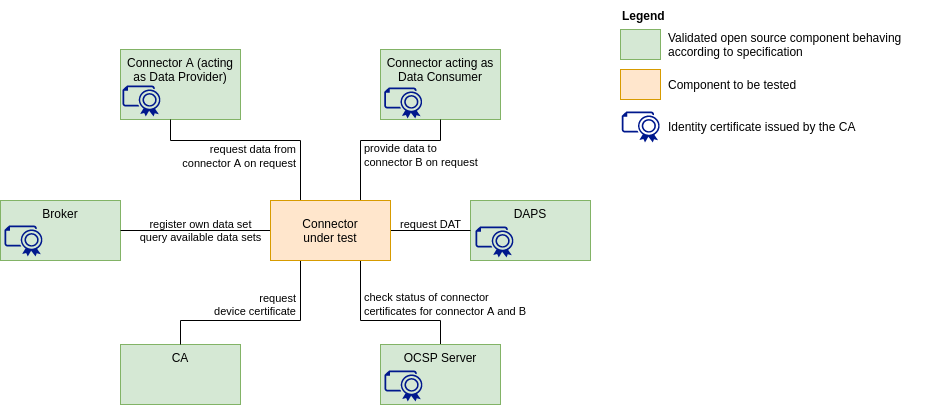
Above: pictures/Testbed_1.0.png in International-Data-Spaces-Association/IDS-testbed (draw.io), before the change. Source tidied: cells renumbered, new cells last; positions are measured from the earlier drawing's top-left corner, leaving out a move shared by most shapes. Source of this version:
```xml
<mxGraphModel>
  <root>
    <mxCell id="0" />
    <mxCell id="1" parent="0" />
    <mxCell id="2" value="CA" style="rounded=0;whiteSpace=wrap;html=1;fillColor=#d5e8d4;strokeColor=#82b366;verticalAlign=top;" parent="1" vertex="1">
      <mxGeometry x="120" y="344" width="120" height="60" as="geometry" />
    </mxCell>
    <mxCell id="3" value="DAPS" style="rounded=0;whiteSpace=wrap;html=1;fillColor=#d5e8d4;strokeColor=#82b366;verticalAlign=top;" parent="1" vertex="1">
      <mxGeometry x="470" y="200" width="120" height="60" as="geometry" />
    </mxCell>
    <mxCell id="4" value="Connector A (acting as Data Provider)" style="rounded=0;whiteSpace=wrap;html=1;fillColor=#d5e8d4;strokeColor=#82b366;verticalAlign=top;" parent="1" vertex="1">
      <mxGeometry x="120" y="49" width="120" height="70" as="geometry" />
    </mxCell>
    <mxCell id="5" value="Connector acting as Data Consumer" style="rounded=0;whiteSpace=wrap;html=1;fillColor=#d5e8d4;strokeColor=#82b366;verticalAlign=top;" parent="1" vertex="1">
      <mxGeometry x="380" y="49" width="120" height="70" as="geometry" />
    </mxCell>
    <mxCell id="6" value="Broker" style="rounded=0;whiteSpace=wrap;html=1;fillColor=#d5e8d4;strokeColor=#82b366;verticalAlign=top;" parent="1" vertex="1">
      <mxGeometry y="200" width="120" height="60" as="geometry" />
    </mxCell>
    <mxCell id="7" value="register own data set&lt;br&gt;query available data sets" style="edgeStyle=orthogonalEdgeStyle;rounded=0;jettySize=auto;html=1;endArrow=none;endFill=0;align=center;verticalAlign=middle;labelBackgroundColor=none;" parent="1" edge="1" source="13" target="6">
      <mxGeometry x="-0.07" relative="1" as="geometry" />
    </mxCell>
    <mxCell id="8" style="edgeStyle=orthogonalEdgeStyle;rounded=0;jettySize=auto;html=1;entryX=0.5;entryY=1;entryDx=0;entryDy=0;endArrow=none;endFill=0;align=left;exitX=0.75;exitY=0;exitDx=0;exitDy=0;" parent="1" edge="1" source="13" target="5">
      <mxGeometry x="-0.58" y="-10" relative="1" as="geometry">
        <Array as="points">
          <mxPoint x="360" y="140" />
          <mxPoint x="440" y="140" />
        </Array>
      </mxGeometry>
    </mxCell>
    <mxCell id="9" style="edgeStyle=orthogonalEdgeStyle;rounded=0;jettySize=auto;html=1;endArrow=none;endFill=0;align=center;exitX=0.25;exitY=0;exitDx=0;exitDy=0;" parent="1" edge="1" source="13" target="4">
      <mxGeometry relative="1" as="geometry">
        <Array as="points">
          <mxPoint x="300" y="140" />
          <mxPoint x="170" y="140" />
        </Array>
      </mxGeometry>
    </mxCell>
    <mxCell id="10" value="request DAT&lt;br&gt;&amp;nbsp;" style="edgeStyle=orthogonalEdgeStyle;rounded=0;jettySize=auto;html=1;entryX=0;entryY=0.5;entryDx=0;entryDy=0;endArrow=none;endFill=0;align=center;verticalAlign=middle;labelBackgroundColor=none;" parent="1" edge="1" source="13" target="3">
      <mxGeometry relative="1" as="geometry" />
    </mxCell>
    <mxCell id="11" style="edgeStyle=orthogonalEdgeStyle;rounded=0;jettySize=auto;html=1;entryX=0.5;entryY=0;entryDx=0;entryDy=0;endArrow=none;endFill=0;align=right;exitX=0.25;exitY=1;exitDx=0;exitDy=0;" parent="1" edge="1" source="13" target="2">
      <mxGeometry x="-0.66" y="-10" relative="1" as="geometry">
        <Array as="points">
          <mxPoint x="300" y="320" />
          <mxPoint x="180" y="320" />
        </Array>
      </mxGeometry>
    </mxCell>
    <mxCell id="12" style="edgeStyle=orthogonalEdgeStyle;rounded=0;jettySize=auto;html=1;endArrow=none;endFill=0;align=right;" parent="1" edge="1" source="13" target="25">
      <mxGeometry relative="1" as="geometry">
        <Array as="points">
          <mxPoint x="360" y="320" />
          <mxPoint x="440" y="320" />
        </Array>
      </mxGeometry>
    </mxCell>
    <mxCell id="13" value="Connector&lt;br&gt;under test" style="rounded=0;whiteSpace=wrap;html=1;fillColor=#ffe6cc;strokeColor=#d79b00;" parent="1" vertex="1">
      <mxGeometry x="270" y="200" width="120" height="60" as="geometry" />
    </mxCell>
    <mxCell id="14" style="rounded=0;whiteSpace=wrap;html=1;fillColor=#d5e8d4;strokeColor=#82b366;" parent="1" vertex="1">
      <mxGeometry x="620" y="29" width="40" height="30" as="geometry" />
    </mxCell>
    <mxCell id="15" value="Validated open source component behaving according to specification" style="text;html=1;strokeColor=none;fillColor=none;align=left;verticalAlign=middle;whiteSpace=wrap;rounded=0;" parent="1" vertex="1">
      <mxGeometry x="666" y="29" width="260" height="30" as="geometry" />
    </mxCell>
    <mxCell id="16" style="rounded=0;whiteSpace=wrap;html=1;fillColor=#ffe6cc;strokeColor=#d79b00;" parent="1" vertex="1">
      <mxGeometry x="620" y="69" width="40" height="30" as="geometry" />
    </mxCell>
    <mxCell id="17" value="Component to be tested" style="text;html=1;strokeColor=none;fillColor=none;align=left;verticalAlign=middle;whiteSpace=wrap;rounded=0;" parent="1" vertex="1">
      <mxGeometry x="666" y="69" width="260" height="30" as="geometry" />
    </mxCell>
    <mxCell id="18" value="&lt;b&gt;Legend&lt;/b&gt;" style="text;html=1;strokeColor=none;fillColor=none;align=left;verticalAlign=middle;whiteSpace=wrap;rounded=0;" parent="1" vertex="1">
      <mxGeometry x="620" width="260" height="30" as="geometry" />
    </mxCell>
    <mxCell id="19" style="shadow=0;dashed=0;html=1;strokeColor=none;labelPosition=center;verticalLabelPosition=bottom;verticalAlign=top;align=center;fillColor=#00188D;shape=mxgraph.azure.certificate;" parent="1" vertex="1">
      <mxGeometry x="122" y="85" width="38.8" height="31" as="geometry" />
    </mxCell>
    <mxCell id="20" style="shadow=0;dashed=0;html=1;strokeColor=none;labelPosition=center;verticalLabelPosition=bottom;verticalAlign=top;align=center;fillColor=#00188D;shape=mxgraph.azure.certificate;" parent="1" vertex="1">
      <mxGeometry x="383.8" y="87" width="38.8" height="31" as="geometry" />
    </mxCell>
    <mxCell id="21" style="shadow=0;dashed=0;html=1;strokeColor=none;labelPosition=center;verticalLabelPosition=bottom;verticalAlign=top;align=center;fillColor=#00188D;shape=mxgraph.azure.certificate;" parent="1" vertex="1">
      <mxGeometry x="4" y="225" width="38.8" height="31" as="geometry" />
    </mxCell>
    <mxCell id="22" style="shadow=0;dashed=0;html=1;strokeColor=none;labelPosition=center;verticalLabelPosition=bottom;verticalAlign=top;align=center;fillColor=#00188D;shape=mxgraph.azure.certificate;" parent="1" vertex="1">
      <mxGeometry x="621.2" y="111" width="38.8" height="31" as="geometry" />
    </mxCell>
    <mxCell id="23" value="Identity certificate issued by the CA" style="text;html=1;strokeColor=none;fillColor=none;align=left;verticalAlign=middle;whiteSpace=wrap;rounded=0;" parent="1" vertex="1">
      <mxGeometry x="666" y="111" width="260" height="30" as="geometry" />
    </mxCell>
    <mxCell id="24" style="shadow=0;dashed=0;html=1;strokeColor=none;labelPosition=center;verticalLabelPosition=bottom;verticalAlign=top;align=center;fillColor=#00188D;shape=mxgraph.azure.certificate;" parent="1" vertex="1">
      <mxGeometry x="475" y="226" width="38.8" height="31" as="geometry" />
    </mxCell>
    <mxCell id="25" value="OCSP Server" style="rounded=0;whiteSpace=wrap;html=1;fillColor=#d5e8d4;strokeColor=#82b366;verticalAlign=top;" parent="1" vertex="1">
      <mxGeometry x="380" y="344" width="120" height="60" as="geometry" />
    </mxCell>
    <mxCell id="26" value="&lt;span style=&quot;color: rgb(0, 0, 0); font-family: helvetica; font-size: 11px; font-style: normal; font-weight: 400; letter-spacing: normal; text-indent: 0px; text-transform: none; word-spacing: 0px; background-color: rgb(255, 255, 255); display: inline; float: none;&quot;&gt;request data from&lt;/span&gt;&lt;br style=&quot;color: rgb(0, 0, 0); font-family: helvetica; font-size: 11px; font-style: normal; font-weight: 400; letter-spacing: normal; text-indent: 0px; text-transform: none; word-spacing: 0px;&quot;&gt;&lt;span style=&quot;color: rgb(0, 0, 0); font-family: helvetica; font-size: 11px; font-style: normal; font-weight: 400; letter-spacing: normal; text-indent: 0px; text-transform: none; word-spacing: 0px; background-color: rgb(255, 255, 255); display: inline; float: none;&quot;&gt;connector A on request&lt;/span&gt;" style="text;whiteSpace=wrap;html=1;align=right;" parent="1" vertex="1">
      <mxGeometry x="157.8" y="135" width="140" height="40" as="geometry" />
    </mxCell>
    <mxCell id="27" style="shadow=0;dashed=0;html=1;strokeColor=none;labelPosition=center;verticalLabelPosition=bottom;verticalAlign=top;align=center;fillColor=#00188D;shape=mxgraph.azure.certificate;" parent="1" vertex="1">
      <mxGeometry x="384" y="370" width="38.8" height="31" as="geometry" />
    </mxCell>
    <mxCell id="28" value="&lt;meta charset=&quot;utf-8&quot;&gt;&lt;span style=&quot;color: rgb(0, 0, 0); font-family: helvetica; font-size: 11px; font-style: normal; font-weight: 400; letter-spacing: normal; text-align: left; text-indent: 0px; text-transform: none; word-spacing: 0px; background-color: rgb(255, 255, 255); display: inline; float: none;&quot;&gt;provide data to&lt;/span&gt;&lt;br style=&quot;color: rgb(0, 0, 0); font-family: helvetica; font-size: 11px; font-style: normal; font-weight: 400; letter-spacing: normal; text-align: left; text-indent: 0px; text-transform: none; word-spacing: 0px;&quot;&gt;&lt;span style=&quot;color: rgb(0, 0, 0); font-family: helvetica; font-size: 11px; font-style: normal; font-weight: 400; letter-spacing: normal; text-align: left; text-indent: 0px; text-transform: none; word-spacing: 0px; background-color: rgb(255, 255, 255); display: inline; float: none;&quot;&gt;connector B on request&lt;/span&gt;" style="text;whiteSpace=wrap;html=1;" parent="1" vertex="1">
      <mxGeometry x="362" y="134" width="140" height="40" as="geometry" />
    </mxCell>
    <mxCell id="29" value="&lt;meta charset=&quot;utf-8&quot;&gt;&lt;span style=&quot;color: rgb(0, 0, 0); font-family: helvetica; font-size: 11px; font-style: normal; font-weight: 400; letter-spacing: normal; text-align: left; text-indent: 0px; text-transform: none; word-spacing: 0px; background-color: rgb(255, 255, 255); display: inline; float: none;&quot;&gt;check status of connector&lt;/span&gt;&lt;br style=&quot;color: rgb(0, 0, 0); font-family: helvetica; font-size: 11px; font-style: normal; font-weight: 400; letter-spacing: normal; text-align: left; text-indent: 0px; text-transform: none; word-spacing: 0px;&quot;&gt;&lt;span style=&quot;color: rgb(0, 0, 0); font-family: helvetica; font-size: 11px; font-style: normal; font-weight: 400; letter-spacing: normal; text-align: left; text-indent: 0px; text-transform: none; word-spacing: 0px; background-color: rgb(255, 255, 255); display: inline; float: none;&quot;&gt;certificates for connector A and B&lt;/span&gt;" style="text;whiteSpace=wrap;html=1;" parent="1" vertex="1">
      <mxGeometry x="362" y="283" width="190" height="40" as="geometry" />
    </mxCell>
    <mxCell id="30" value="&lt;meta charset=&quot;utf-8&quot;&gt;&lt;div style=&quot;color: rgb(0, 0, 0); font-family: helvetica; font-size: 11px; font-style: normal; font-weight: 400; letter-spacing: normal; text-align: right; text-indent: 0px; text-transform: none; word-spacing: 0px;&quot;&gt;request&lt;/div&gt;&lt;div style=&quot;color: rgb(0, 0, 0); font-family: helvetica; font-size: 11px; font-style: normal; font-weight: 400; letter-spacing: normal; text-align: right; text-indent: 0px; text-transform: none; word-spacing: 0px;&quot;&gt;device&amp;nbsp;certificate&lt;/div&gt;" style="text;whiteSpace=wrap;html=1;" parent="1" vertex="1">
      <mxGeometry x="212" y="285" width="110" height="40" as="geometry" />
    </mxCell>
  </root>
</mxGraphModel>
```
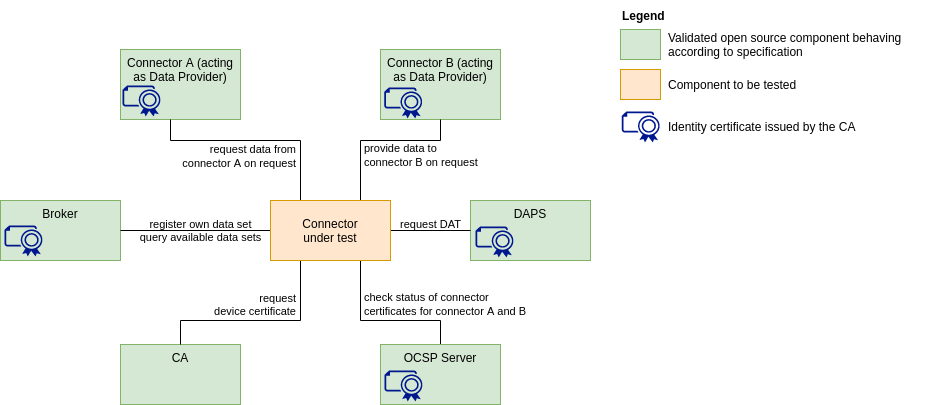
The same diagram one commit later.

Diff of the diagram source:
```diff
@@ -2,6 +2,9 @@
   <root>
     <mxCell id="0" />
     <mxCell id="1" parent="0" />
+    <mxCell id="31" value="Connector B (acting as Data Provider)" style="rounded=0;whiteSpace=wrap;html=1;fillColor=#d5e8d4;strokeColor=#82b366;verticalAlign=top;" parent="1" vertex="1">
+      <mxGeometry x="380" y="49" width="120" height="70" as="geometry" />
+    </mxCell>
     <mxCell id="2" value="CA" style="rounded=0;whiteSpace=wrap;html=1;fillColor=#d5e8d4;strokeColor=#82b366;verticalAlign=top;" parent="1" vertex="1">
       <mxGeometry x="120" y="344" width="120" height="60" as="geometry" />
     </mxCell>
@@ -11,17 +14,15 @@
     <mxCell id="4" value="Connector A (acting as Data Provider)" style="rounded=0;whiteSpace=wrap;html=1;fillColor=#d5e8d4;strokeColor=#82b366;verticalAlign=top;" parent="1" vertex="1">
       <mxGeometry x="120" y="49" width="120" height="70" as="geometry" />
     </mxCell>
-    <mxCell id="5" value="Connector acting as Data Consumer" style="rounded=0;whiteSpace=wrap;html=1;fillColor=#d5e8d4;strokeColor=#82b366;verticalAlign=top;" parent="1" vertex="1">
-      <mxGeometry x="380" y="49" width="120" height="70" as="geometry" />
-    </mxCell>
     <mxCell id="6" value="Broker" style="rounded=0;whiteSpace=wrap;html=1;fillColor=#d5e8d4;strokeColor=#82b366;verticalAlign=top;" parent="1" vertex="1">
       <mxGeometry y="200" width="120" height="60" as="geometry" />
     </mxCell>
     <mxCell id="7" value="register own data set&lt;br&gt;query available data sets" style="edgeStyle=orthogonalEdgeStyle;rounded=0;jettySize=auto;html=1;endArrow=none;endFill=0;align=center;verticalAlign=middle;labelBackgroundColor=none;" parent="1" edge="1" source="13" target="6">
       <mxGeometry x="-0.07" relative="1" as="geometry" />
     </mxCell>
-    <mxCell id="8" style="edgeStyle=orthogonalEdgeStyle;rounded=0;jettySize=auto;html=1;entryX=0.5;entryY=1;entryDx=0;entryDy=0;endArrow=none;endFill=0;align=left;exitX=0.75;exitY=0;exitDx=0;exitDy=0;" parent="1" edge="1" source="13" target="5">
+    <mxCell id="8" style="edgeStyle=orthogonalEdgeStyle;rounded=0;jettySize=auto;html=1;entryX=0.5;entryY=1;entryDx=0;entryDy=0;endArrow=none;endFill=0;align=left;exitX=0.75;exitY=0;exitDx=0;exitDy=0;" parent="1" edge="1" source="13">
       <mxGeometry x="-0.58" y="-10" relative="1" as="geometry">
+        <mxPoint x="440" y="119" as="targetPoint" />
         <Array as="points">
           <mxPoint x="360" y="140" />
           <mxPoint x="440" y="140" />
```
